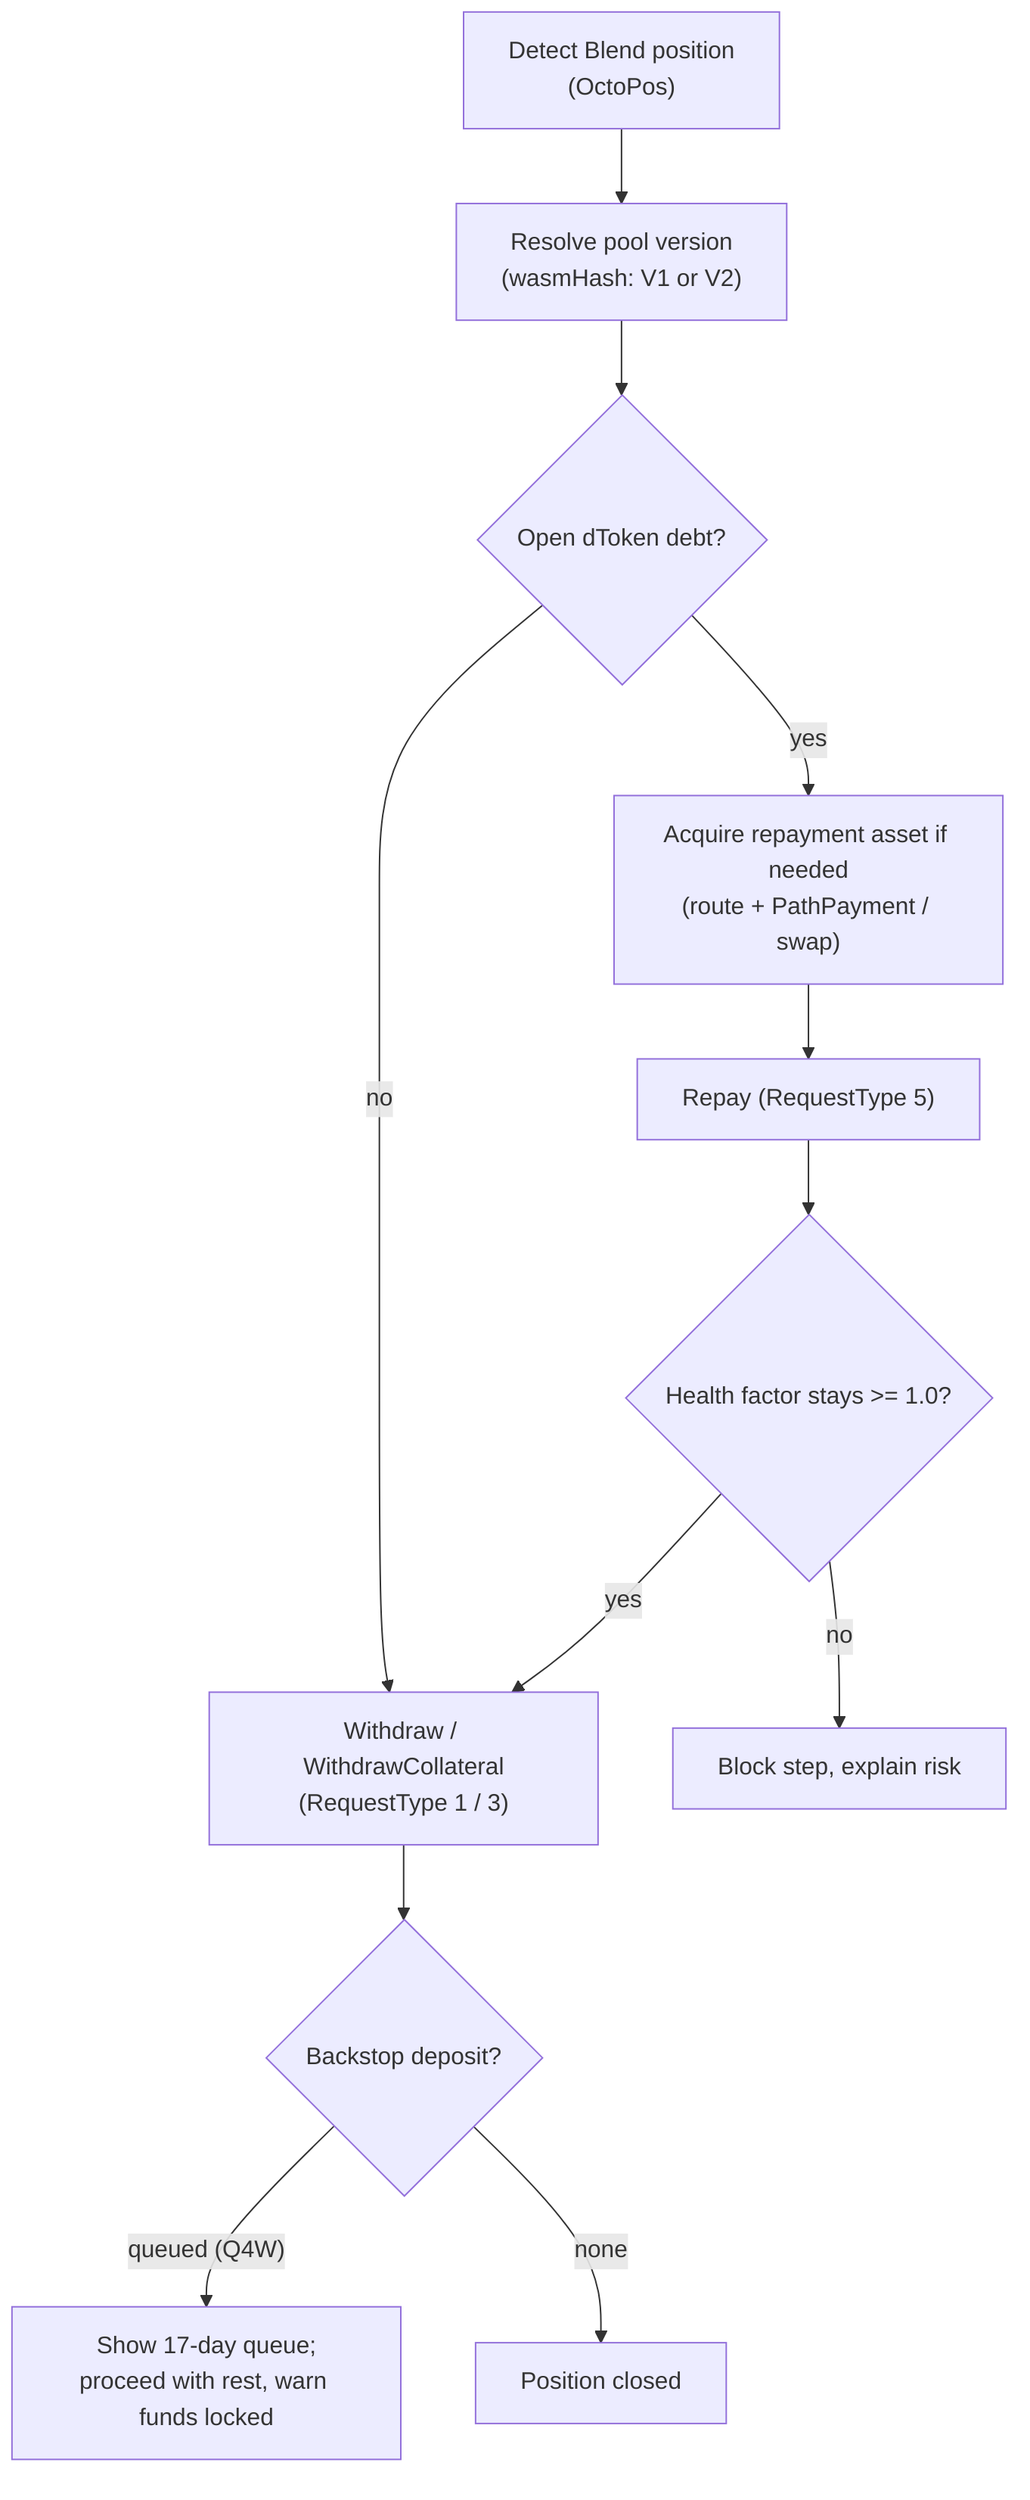
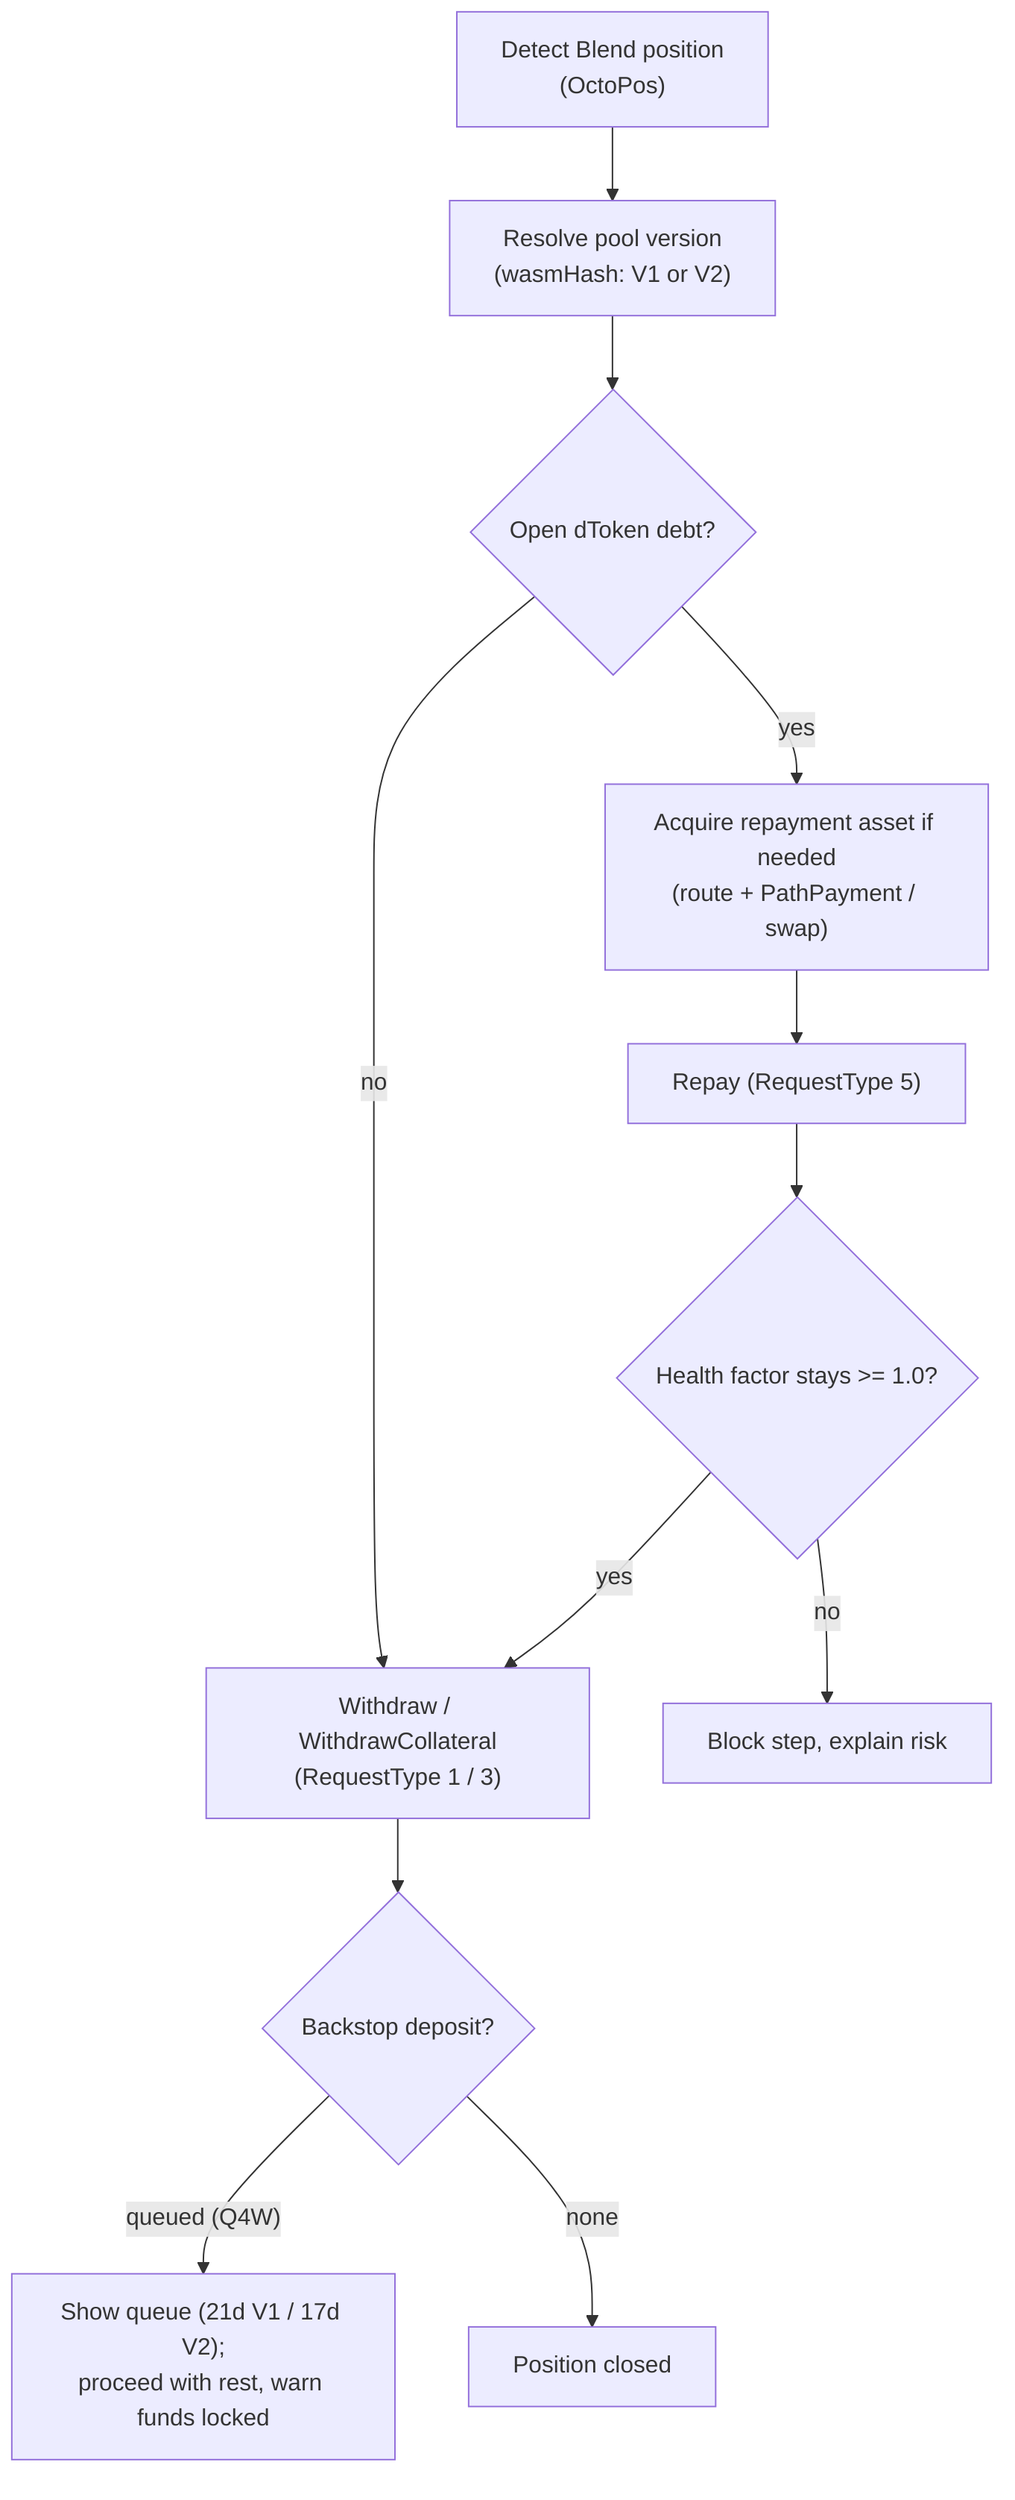
flowchart TD
    detect["Detect Blend position<br/>(OctoPos)"] --> ver["Resolve pool version<br/>(wasmHash: V1 or V2)"]
    ver --> hasdebt{"Open dToken debt?"}
    hasdebt -->|"yes"| acquire["Acquire repayment asset if needed<br/>(route + PathPayment / swap)"]
    acquire --> repay["Repay (RequestType 5)"]
    hasdebt -->|"no"| withdraw
    repay --> hf{"Health factor stays >= 1.0?"}
    hf -->|"yes"| withdraw["Withdraw / WithdrawCollateral<br/>(RequestType 1 / 3)"]
    hf -->|"no"| block["Block step, explain risk"]
    withdraw --> backstop{"Backstop deposit?"}
-     backstop -->|"queued (Q4W)"| wait["Show 17-day queue;<br/>proceed with rest, warn funds locked"]
+     backstop -->|"queued (Q4W)"| wait["Show queue (21d V1 / 17d V2);<br/>proceed with rest, warn funds locked"]
    backstop -->|"none"| done["Position closed"]
